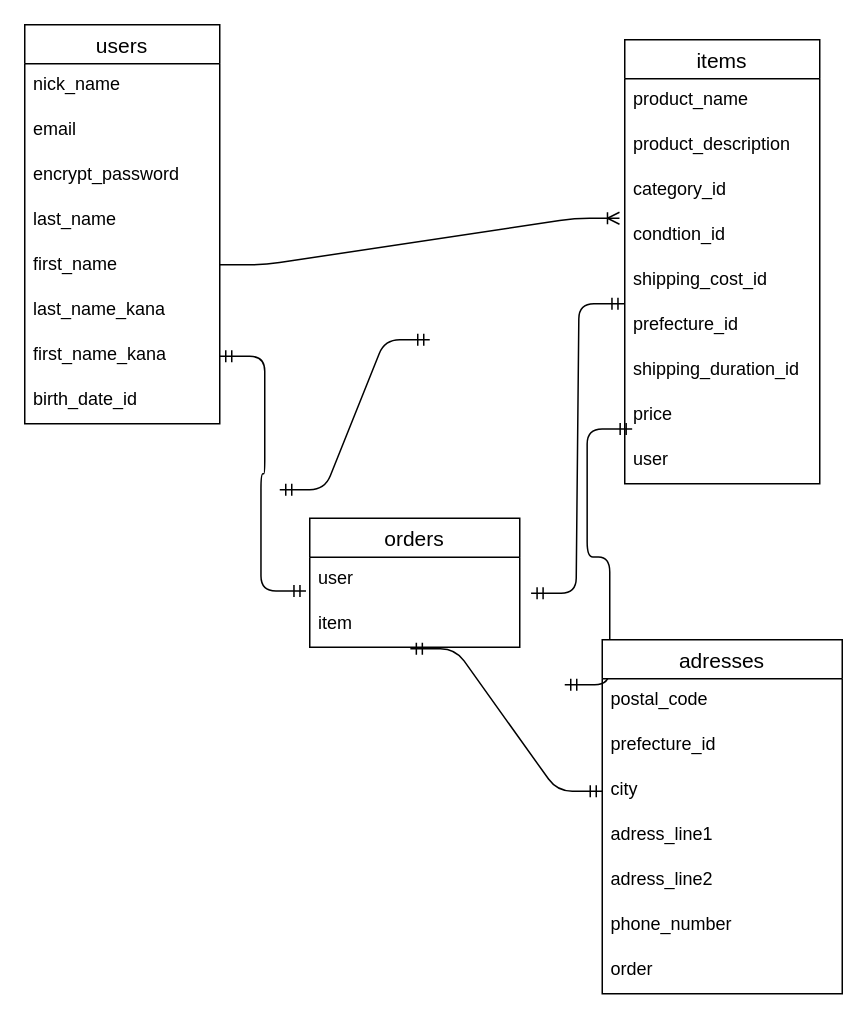
Earlier version of the draw.io diagram furima.dio (koseki3104/furima-39437). Source tidied: cells renumbered, new cells numbered last; positions are measured from the earlier drawing's top-left corner, leaving out a move shared by most shapes. Both pictures are drawn from the tidied source at 150%, with x=0, y=0 at pixel (24, 24).
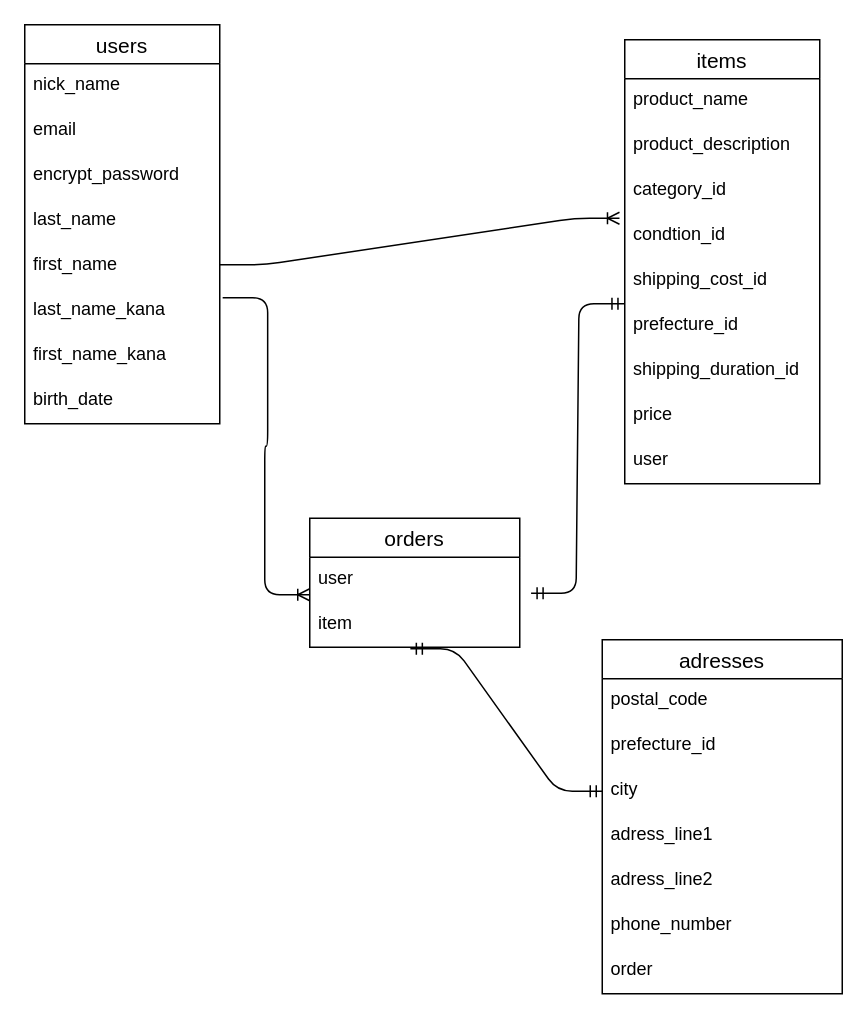
The same page after the edit.

Unchanged cells that the change refers to:
```xml
<mxCell id="2" value="users" style="swimlane;fontStyle=0;horizontal=1;startSize=26;align=center;fontSize=14;" parent="1" vertex="1">
  <mxGeometry width="130" height="266" as="geometry" />
</mxCell>
<mxCell id="8" value="last_name_kana" style="text;strokeColor=none;fillColor=none;spacingLeft=4;spacingRight=4;overflow=hidden;points=[[0,0.5],[1,0.5]];portConstraint=eastwest;fontSize=12;" parent="2" vertex="1">
  <mxGeometry y="176" width="130" height="30" as="geometry" />
</mxCell>
<mxCell id="9" value="first_name_kana" style="text;strokeColor=none;fillColor=none;spacingLeft=4;spacingRight=4;overflow=hidden;points=[[0,0.5],[1,0.5]];portConstraint=eastwest;fontSize=12;" parent="2" vertex="1">
  <mxGeometry y="206" width="130" height="30" as="geometry" />
</mxCell>
<mxCell id="20" value="user" style="text;strokeColor=none;fillColor=none;spacingLeft=4;spacingRight=4;overflow=hidden;points=[[0,0.5],[1,0.5]];portConstraint=eastwest;fontSize=12;" parent="11" vertex="1">
  <mxGeometry y="266" width="130" height="30" as="geometry" />
</mxCell>
<mxCell id="22" value="user" style="text;strokeColor=none;fillColor=none;spacingLeft=4;spacingRight=4;overflow=hidden;points=[[0,0.5],[1,0.5]];portConstraint=eastwest;fontSize=12;" parent="21" vertex="1">
  <mxGeometry y="26" width="140" height="30" as="geometry" />
</mxCell>
```

Diff of the diagram source:
```diff
@@
-    <mxCell id="10" value="birth_date_id" style="text;strokeColor=none;fillColor=none;spacingLeft=4;spacingRight=4;overflow=hidden;fontSize=12;" parent="2" vertex="1">
+    <mxCell id="10" value="birth_date" style="text;strokeColor=none;fillColor=none;spacingLeft=4;spacingRight=4;overflow=hidden;fontSize=12;" parent="2" vertex="1">
       <mxGeometry y="236" width="130" height="30" as="geometry" />
     </mxCell>
@@
-    <mxCell id="25" style="edgeStyle=entityRelationEdgeStyle;fontSize=12;html=1;endArrow=ERmandOne;startArrow=ERmandOne;exitX=1;exitY=0.5;exitDx=0;exitDy=0;entryX=0.038;entryY=-0.217;entryDx=0;entryDy=0;entryPerimeter=0;" parent="1" edge="1" target="20">
-      <mxGeometry relative="1" as="geometry">
-        <mxPoint x="360" y="440" as="sourcePoint" />
-      </mxGeometry>
-    </mxCell>
-    <mxCell id="26" style="edgeStyle=entityRelationEdgeStyle;fontSize=12;html=1;endArrow=ERmandOne;startArrow=ERmandOne;entryX=1.012;entryY=0.05;entryDx=0;entryDy=0;exitX=0.032;exitY=0.267;exitDx=0;exitDy=0;exitPerimeter=0;entryPerimeter=0;" parent="1" edge="1">
-      <mxGeometry relative="1" as="geometry">
-        <mxPoint x="170" y="310" as="sourcePoint" />
-        <mxPoint x="270" y="210" as="targetPoint" />
-      </mxGeometry>
-    </mxCell>
@@
-    <mxCell id="36" style="edgeStyle=entityRelationEdgeStyle;fontSize=12;html=1;endArrow=ERmandOne;startArrow=ERmandOne;entryX=1;entryY=0.5;entryDx=0;entryDy=0;exitX=-0.018;exitY=0.75;exitDx=0;exitDy=0;exitPerimeter=0;" parent="1" edge="1" source="22" target="9">
-      <mxGeometry relative="1" as="geometry" />
-    </mxCell>
@@
+    <mxCell id="38" style="edgeStyle=entityRelationEdgeStyle;fontSize=12;html=1;endArrow=ERoneToMany;exitX=1.015;exitY=0.2;exitDx=0;exitDy=0;exitPerimeter=0;" parent="1" edge="1" source="8">
+      <mxGeometry relative="1" as="geometry">
+        <mxPoint x="190" y="380" as="targetPoint" />
+      </mxGeometry>
+    </mxCell>
```
